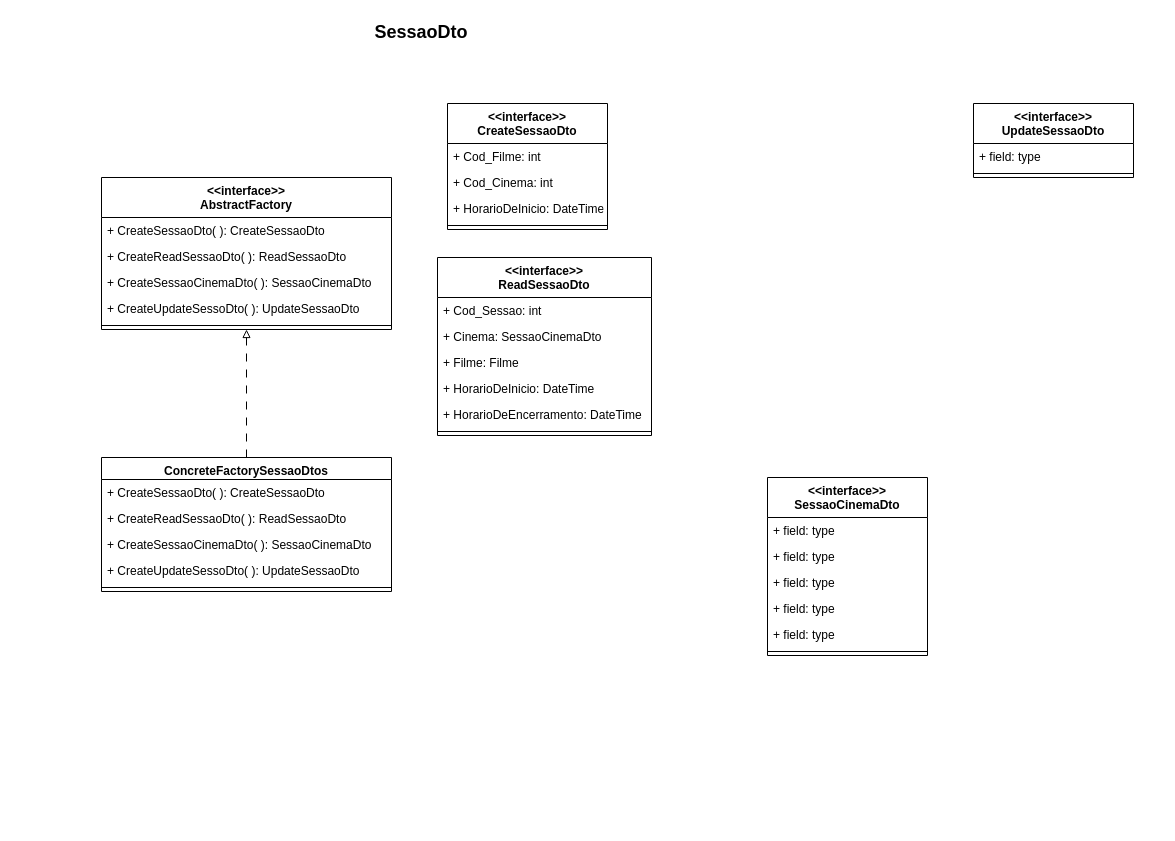
Before: FilmesAPI.data/AbstractFactory/UML/FilmesApiAbstractFactoryUML.drawio in jvieira562/api-de-filmes-usando-csharp-e-dapper, a draw.io diagram. Source tidied: cells renumbered, new cells numbered last; positions are measured from the earlier drawing's top-left corner, leaving out a move shared by most shapes. Both pictures are drawn from the tidied source at 100%, with x=0, y=0 at pixel (101, 17).
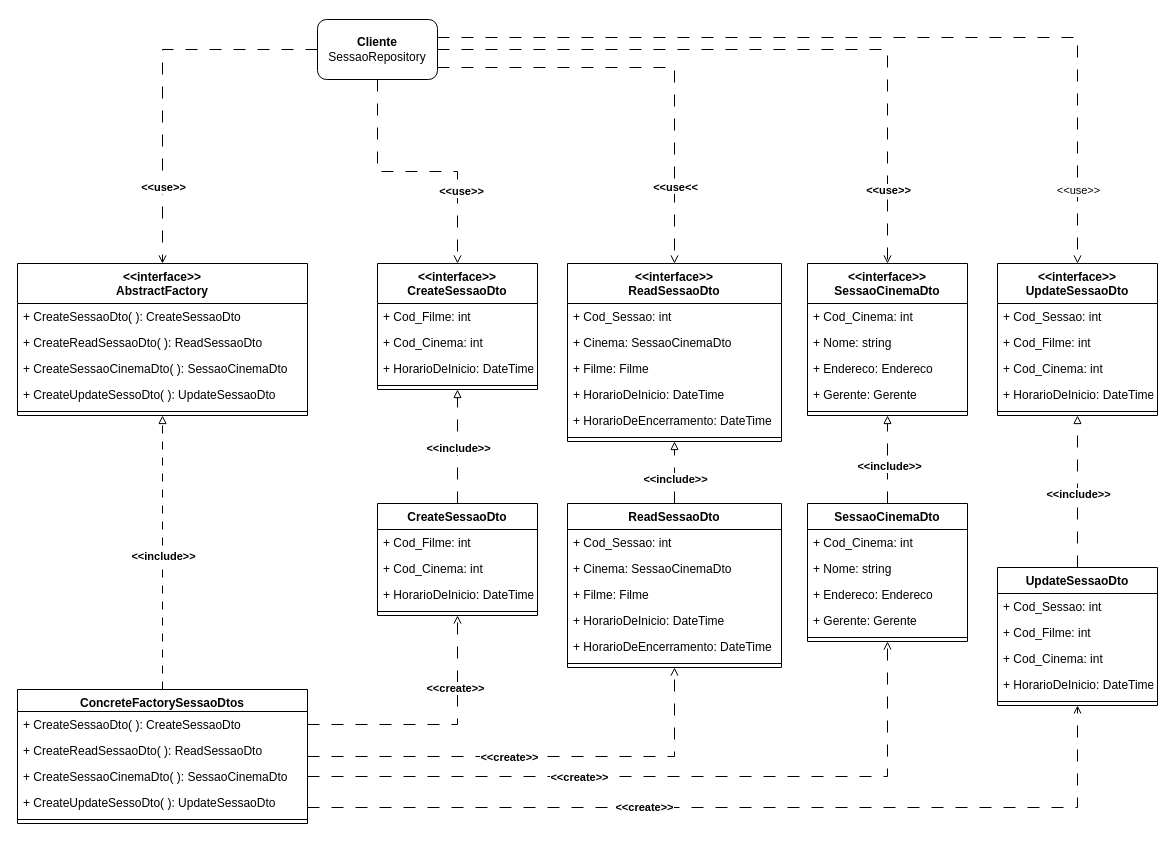
The same diagram, later.

Commit message (it also covers changes not shown here):
Finalizando UML do Abstract Factory para o criação dos Dtos da sessao.

The change refers to these unchanged cells:
```xml
<mxCell id="9" style="rounded=0;jettySize=auto;html=1;fontSize=18;endArrow=block;endFill=0;dashed=1;jumpStyle=none;dashPattern=8 8;entryX=0.5;entryY=1;entryDx=0;entryDy=0;" parent="1" edge="1" source="10" target="2">
  <mxGeometry relative="1" as="geometry" />
</mxCell>
<mxCell id="11" value="+ CreateSessaoDto( ): CreateSessaoDto" style="text;strokeColor=none;fillColor=none;align=left;verticalAlign=top;spacingLeft=4;spacingRight=4;overflow=hidden;points=[[0,0.5],[1,0.5]];portConstraint=eastwest;" parent="10" vertex="1">
  <mxGeometry y="22" width="290" height="26" as="geometry" />
</mxCell>
<mxCell id="13" value="+ CreateSessaoCinemaDto( ): SessaoCinemaDto" style="text;strokeColor=none;fillColor=none;align=left;verticalAlign=top;spacingLeft=4;spacingRight=4;overflow=hidden;points=[[0,0.5],[1,0.5]];portConstraint=eastwest;" parent="10" vertex="1">
  <mxGeometry y="74" width="290" height="26" as="geometry" />
</mxCell>
```

Change to the diagram source:
```diff
@@
     <mxCell id="2" value="&lt;&lt;interface&gt;&gt;&#10;AbstractFactory&#10;" style="swimlane;fontStyle=1;align=center;verticalAlign=top;horizontal=1;startSize=40;" parent="1" vertex="1">
-      <mxGeometry y="160" width="290" height="152" as="geometry" />
+      <mxGeometry x="-84" y="246" width="290" height="152" as="geometry" />
     </mxCell>
@@
-    <mxCell id="8" value="&lt;b&gt;&lt;font style=&quot;font-size: 18px;&quot;&gt;SessaoDto&lt;/font&gt;&lt;/b&gt;" style="text;html=1;strokeColor=none;fillColor=none;align=center;verticalAlign=middle;whiteSpace=wrap;rounded=0;" parent="1" vertex="1">
-      <mxGeometry x="290" width="60" height="30" as="geometry" />
-    </mxCell>
@@
+    <mxCell id="38" value="&lt;b&gt;&amp;lt;&amp;lt;include&amp;gt;&amp;gt;&lt;/b&gt;" style="edgeLabel;html=1;align=center;verticalAlign=middle;" parent="9" vertex="1">
+      <mxGeometry x="0.1" relative="1" as="geometry">
+        <mxPoint y="17" as="offset" />
+      </mxGeometry>
+    </mxCell>
+    <mxCell id="39" style="edgeStyle=orthogonalEdgeStyle;rounded=0;jettySize=auto;html=1;entryX=0.5;entryY=1;entryDx=0;entryDy=0;dashed=1;dashPattern=12 12;endArrow=open;endFill=0;" parent="1" edge="1" source="10" target="48">
+      <mxGeometry relative="1" as="geometry" />
+    </mxCell>
+    <mxCell id="40" value="&lt;b&gt;&amp;lt;&amp;lt;create&amp;gt;&amp;gt;&lt;/b&gt;" style="edgeLabel;html=1;align=center;verticalAlign=middle;" parent="39" vertex="1">
+      <mxGeometry x="-0.26" relative="1" as="geometry">
+        <mxPoint x="32" as="offset" />
+      </mxGeometry>
+    </mxCell>
+    <mxCell id="41" style="edgeStyle=orthogonalEdgeStyle;rounded=0;jettySize=auto;html=1;entryX=0.5;entryY=1;entryDx=0;entryDy=0;dashed=1;dashPattern=12 12;endArrow=open;endFill=0;" parent="1" edge="1" source="10" target="64">
+      <mxGeometry relative="1" as="geometry">
+        <Array as="points">
+          <mxPoint x="976" y="790" />
+        </Array>
+      </mxGeometry>
+    </mxCell>
+    <mxCell id="42" value="&lt;b&gt;&amp;lt;&amp;lt;create&amp;gt;&amp;gt;&lt;/b&gt;" style="edgeLabel;html=1;align=center;verticalAlign=middle;" parent="41" vertex="1">
+      <mxGeometry x="-0.23" y="1" relative="1" as="geometry" />
+    </mxCell>
     <mxCell id="10" value="ConcreteFactorySessaoDtos" style="swimlane;fontStyle=1;align=center;verticalAlign=top;horizontal=1;startSize=22;" parent="1" vertex="1">
-      <mxGeometry y="440" width="290" height="134" as="geometry" />
+      <mxGeometry x="-84" y="672" width="290" height="134" as="geometry" />
     </mxCell>
@@
     <mxCell id="16" value="&lt;&lt;interface&gt;&gt;&#10;ReadSessaoDto" style="swimlane;fontStyle=1;align=center;verticalAlign=top;horizontal=1;startSize=40;fontSize=12;" parent="1" vertex="1">
-      <mxGeometry x="336" y="240" width="214" height="178" as="geometry" />
+      <mxGeometry x="466" y="246" width="214" height="178" as="geometry" />
     </mxCell>
@@
     <mxCell id="23" value="&lt;&lt;interface&gt;&gt;&#10;CreateSessaoDto" style="swimlane;fontStyle=1;align=center;verticalAlign=top;horizontal=1;startSize=40;fontSize=12;" parent="1" vertex="1">
-      <mxGeometry x="346" y="86" width="160" height="126" as="geometry" />
+      <mxGeometry x="276" y="246" width="160" height="126" as="geometry" />
     </mxCell>
@@
     <mxCell id="28" value="&lt;&lt;interface&gt;&gt;&#10;UpdateSessaoDto" style="swimlane;fontStyle=1;align=center;verticalAlign=top;horizontal=1;startSize=40;fontSize=12;" parent="1" vertex="1">
-      <mxGeometry x="872" y="86" width="160" height="74" as="geometry" />
+      <mxGeometry x="896" y="246" width="160" height="152" as="geometry" />
     </mxCell>
-    <mxCell id="29" value="+ field: type" style="text;strokeColor=none;fillColor=none;align=left;verticalAlign=top;spacingLeft=4;spacingRight=4;overflow=hidden;fontSize=12;" parent="28" vertex="1">
+    <mxCell id="29" value="+ Cod_Sessao: int" style="text;strokeColor=none;fillColor=none;align=left;verticalAlign=top;spacingLeft=4;spacingRight=4;overflow=hidden;fontSize=12;" parent="28" vertex="1">
       <mxGeometry y="40" width="160" height="26" as="geometry" />
     </mxCell>
+    <mxCell id="43" value="+ Cod_Filme: int" style="text;strokeColor=none;fillColor=none;align=left;verticalAlign=top;spacingLeft=4;spacingRight=4;overflow=hidden;fontSize=12;" parent="28" vertex="1">
+      <mxGeometry y="66" width="160" height="26" as="geometry" />
+    </mxCell>
+    <mxCell id="44" value="+ Cod_Cinema: int" style="text;strokeColor=none;fillColor=none;align=left;verticalAlign=top;spacingLeft=4;spacingRight=4;overflow=hidden;fontSize=12;" parent="28" vertex="1">
+      <mxGeometry y="92" width="160" height="26" as="geometry" />
+    </mxCell>
+    <mxCell id="45" value="+ HorarioDeInicio: DateTime" style="text;strokeColor=none;fillColor=none;align=left;verticalAlign=top;spacingLeft=4;spacingRight=4;overflow=hidden;fontSize=12;" parent="28" vertex="1">
+      <mxGeometry y="118" width="160" height="26" as="geometry" />
+    </mxCell>
     <mxCell id="30" style="line;strokeWidth=1;fillColor=none;align=left;verticalAlign=middle;spacingTop=-1;spacingLeft=3;spacingRight=3;labelPosition=right;strokeColor=inherit;fontSize=12;" parent="28" vertex="1">
-      <mxGeometry y="66" width="160" height="8" as="geometry" />
+      <mxGeometry y="144" width="160" height="8" as="geometry" />
     </mxCell>
     <mxCell id="31" value="&lt;&lt;interface&gt;&gt;&#10;SessaoCinemaDto" style="swimlane;fontStyle=1;align=center;verticalAlign=top;horizontal=1;startSize=40;fontSize=12;" parent="1" vertex="1">
-      <mxGeometry x="666" y="460" width="160" height="178" as="geometry" />
+      <mxGeometry x="706" y="246" width="160" height="152" as="geometry" />
     </mxCell>
-    <mxCell id="32" value="+ field: type" style="text;strokeColor=none;fillColor=none;align=left;verticalAlign=top;spacingLeft=4;spacingRight=4;overflow=hidden;fontSize=12;" parent="31" vertex="1">
+    <mxCell id="32" value="+ Cod_Cinema: int   " style="text;strokeColor=none;fillColor=none;align=left;verticalAlign=top;spacingLeft=4;spacingRight=4;overflow=hidden;fontSize=12;" parent="31" vertex="1">
       <mxGeometry y="40" width="160" height="26" as="geometry" />
     </mxCell>
-    <mxCell id="33" value="+ field: type" style="text;strokeColor=none;fillColor=none;align=left;verticalAlign=top;spacingLeft=4;spacingRight=4;overflow=hidden;fontSize=12;" parent="31" vertex="1">
+    <mxCell id="33" value="+ Nome: string" style="text;strokeColor=none;fillColor=none;align=left;verticalAlign=top;spacingLeft=4;spacingRight=4;overflow=hidden;fontSize=12;" parent="31" vertex="1">
       <mxGeometry y="66" width="160" height="26" as="geometry" />
     </mxCell>
-    <mxCell id="34" value="+ field: type" style="text;strokeColor=none;fillColor=none;align=left;verticalAlign=top;spacingLeft=4;spacingRight=4;overflow=hidden;fontSize=12;" parent="31" vertex="1">
+    <mxCell id="34" value="+ Endereco: Endereco" style="text;strokeColor=none;fillColor=none;align=left;verticalAlign=top;spacingLeft=4;spacingRight=4;overflow=hidden;fontSize=12;" parent="31" vertex="1">
       <mxGeometry y="92" width="160" height="26" as="geometry" />
     </mxCell>
-    <mxCell id="35" value="+ field: type" style="text;strokeColor=none;fillColor=none;align=left;verticalAlign=top;spacingLeft=4;spacingRight=4;overflow=hidden;fontSize=12;" parent="31" vertex="1">
+    <mxCell id="35" value="+ Gerente: Gerente" style="text;strokeColor=none;fillColor=none;align=left;verticalAlign=top;spacingLeft=4;spacingRight=4;overflow=hidden;fontSize=12;" parent="31" vertex="1">
       <mxGeometry y="118" width="160" height="26" as="geometry" />
     </mxCell>
-    <mxCell id="36" value="+ field: type" style="text;strokeColor=none;fillColor=none;align=left;verticalAlign=top;spacingLeft=4;spacingRight=4;overflow=hidden;fontSize=12;" parent="31" vertex="1">
-      <mxGeometry y="144" width="160" height="26" as="geometry" />
-    </mxCell>
     <mxCell id="37" style="line;strokeWidth=1;fillColor=none;align=left;verticalAlign=middle;spacingTop=-1;spacingLeft=3;spacingRight=3;labelPosition=right;strokeColor=inherit;fontSize=12;" parent="31" vertex="1">
-      <mxGeometry y="170" width="160" height="8" as="geometry" />
+      <mxGeometry y="144" width="160" height="8" as="geometry" />
     </mxCell>
+    <mxCell id="46" style="edgeStyle=none;rounded=0;jettySize=auto;html=1;entryX=0.5;entryY=1;entryDx=0;entryDy=0;dashed=1;dashPattern=12 12;endArrow=block;endFill=0;" parent="1" edge="1" source="48" target="16">
+      <mxGeometry relative="1" as="geometry" />
+    </mxCell>
+    <mxCell id="47" value="&lt;b&gt;&amp;lt;&amp;lt;include&amp;gt;&amp;gt;&lt;/b&gt;" style="edgeLabel;html=1;align=center;verticalAlign=middle;" parent="46" vertex="1">
+      <mxGeometry x="0.17" y="1" relative="1" as="geometry">
+        <mxPoint x="1" y="11" as="offset" />
+      </mxGeometry>
+    </mxCell>
+    <mxCell id="48" value="ReadSessaoDto" style="swimlane;fontStyle=1;align=center;verticalAlign=top;horizontal=1;startSize=26;fontSize=12;" parent="1" vertex="1">
+      <mxGeometry x="466" y="486" width="214" height="164" as="geometry" />
+    </mxCell>
+    <mxCell id="49" value="+ Cod_Sessao: int" style="text;strokeColor=none;fillColor=none;align=left;verticalAlign=top;spacingLeft=4;spacingRight=4;overflow=hidden;fontSize=12;" parent="48" vertex="1">
+      <mxGeometry y="26" width="214" height="26" as="geometry" />
+    </mxCell>
+    <mxCell id="50" value="+ Cinema: SessaoCinemaDto" style="text;strokeColor=none;fillColor=none;align=left;verticalAlign=top;spacingLeft=4;spacingRight=4;overflow=hidden;fontSize=12;" parent="48" vertex="1">
+      <mxGeometry y="52" width="214" height="26" as="geometry" />
+    </mxCell>
+    <mxCell id="51" value="+ Filme: Filme" style="text;strokeColor=none;fillColor=none;align=left;verticalAlign=top;spacingLeft=4;spacingRight=4;overflow=hidden;fontSize=12;" parent="48" vertex="1">
+      <mxGeometry y="78" width="214" height="26" as="geometry" />
+    </mxCell>
+    <mxCell id="52" value="+ HorarioDeInicio: DateTime" style="text;strokeColor=none;fillColor=none;align=left;verticalAlign=top;spacingLeft=4;spacingRight=4;overflow=hidden;fontSize=12;" parent="48" vertex="1">
+      <mxGeometry y="104" width="214" height="26" as="geometry" />
+    </mxCell>
+    <mxCell id="53" value="+ HorarioDeEncerramento: DateTime" style="text;strokeColor=none;fillColor=none;align=left;verticalAlign=top;spacingLeft=4;spacingRight=4;overflow=hidden;fontSize=12;" parent="48" vertex="1">
+      <mxGeometry y="130" width="214" height="26" as="geometry" />
+    </mxCell>
+    <mxCell id="54" style="line;strokeWidth=1;fillColor=none;align=left;verticalAlign=middle;spacingTop=-1;spacingLeft=3;spacingRight=3;labelPosition=right;strokeColor=inherit;fontSize=12;" parent="48" vertex="1">
+      <mxGeometry y="156" width="214" height="8" as="geometry" />
+    </mxCell>
+    <mxCell id="55" style="rounded=0;jettySize=auto;html=1;entryX=0.5;entryY=1;entryDx=0;entryDy=0;dashed=1;dashPattern=12 12;endArrow=block;endFill=0;" parent="1" edge="1" source="57" target="23">
+      <mxGeometry relative="1" as="geometry" />
+    </mxCell>
+    <mxCell id="56" value="&lt;b&gt;&amp;lt;&amp;lt;include&amp;gt;&amp;gt;&lt;/b&gt;" style="edgeLabel;html=1;align=center;verticalAlign=middle;" parent="55" vertex="1">
+      <mxGeometry x="0.17" relative="1" as="geometry">
+        <mxPoint y="11" as="offset" />
+      </mxGeometry>
+    </mxCell>
+    <mxCell id="57" value="CreateSessaoDto" style="swimlane;fontStyle=1;align=center;verticalAlign=top;horizontal=1;startSize=26;fontSize=12;" parent="1" vertex="1">
+      <mxGeometry x="276" y="486" width="160" height="112" as="geometry" />
+    </mxCell>
+    <mxCell id="58" value="+ Cod_Filme: int" style="text;strokeColor=none;fillColor=none;align=left;verticalAlign=top;spacingLeft=4;spacingRight=4;overflow=hidden;fontSize=12;" parent="57" vertex="1">
+      <mxGeometry y="26" width="160" height="26" as="geometry" />
+    </mxCell>
+    <mxCell id="59" value="+ Cod_Cinema: int" style="text;strokeColor=none;fillColor=none;align=left;verticalAlign=top;spacingLeft=4;spacingRight=4;overflow=hidden;fontSize=12;" parent="57" vertex="1">
+      <mxGeometry y="52" width="160" height="26" as="geometry" />
+    </mxCell>
+    <mxCell id="60" value="+ HorarioDeInicio: DateTime" style="text;strokeColor=none;fillColor=none;align=left;verticalAlign=top;spacingLeft=4;spacingRight=4;overflow=hidden;fontSize=12;" parent="57" vertex="1">
+      <mxGeometry y="78" width="160" height="26" as="geometry" />
+    </mxCell>
+    <mxCell id="61" style="line;strokeWidth=1;fillColor=none;align=left;verticalAlign=middle;spacingTop=-1;spacingLeft=3;spacingRight=3;labelPosition=right;strokeColor=inherit;fontSize=12;" parent="57" vertex="1">
+      <mxGeometry y="104" width="160" height="8" as="geometry" />
+    </mxCell>
+    <mxCell id="62" style="edgeStyle=none;rounded=0;jettySize=auto;html=1;entryX=0.5;entryY=1;entryDx=0;entryDy=0;dashed=1;dashPattern=12 12;endArrow=block;endFill=0;" parent="1" edge="1" source="64" target="28">
+      <mxGeometry relative="1" as="geometry" />
+    </mxCell>
+    <mxCell id="63" value="&lt;b&gt;&amp;lt;&amp;lt;include&amp;gt;&amp;gt;&lt;/b&gt;" style="edgeLabel;html=1;align=center;verticalAlign=middle;" parent="62" vertex="1">
+      <mxGeometry x="0.28" y="-1" relative="1" as="geometry">
+        <mxPoint x="-1" y="23" as="offset" />
+      </mxGeometry>
+    </mxCell>
+    <mxCell id="64" value="UpdateSessaoDto" style="swimlane;fontStyle=1;align=center;verticalAlign=top;horizontal=1;startSize=26;fontSize=12;" parent="1" vertex="1">
+      <mxGeometry x="896" y="550" width="160" height="138" as="geometry" />
+    </mxCell>
+    <mxCell id="65" value="+ Cod_Sessao: int" style="text;strokeColor=none;fillColor=none;align=left;verticalAlign=top;spacingLeft=4;spacingRight=4;overflow=hidden;fontSize=12;" parent="64" vertex="1">
+      <mxGeometry y="26" width="160" height="26" as="geometry" />
+    </mxCell>
+    <mxCell id="66" value="+ Cod_Filme: int" style="text;strokeColor=none;fillColor=none;align=left;verticalAlign=top;spacingLeft=4;spacingRight=4;overflow=hidden;fontSize=12;" parent="64" vertex="1">
+      <mxGeometry y="52" width="160" height="26" as="geometry" />
+    </mxCell>
+    <mxCell id="67" value="+ Cod_Cinema: int" style="text;strokeColor=none;fillColor=none;align=left;verticalAlign=top;spacingLeft=4;spacingRight=4;overflow=hidden;fontSize=12;" parent="64" vertex="1">
+      <mxGeometry y="78" width="160" height="26" as="geometry" />
+    </mxCell>
+    <mxCell id="68" value="+ HorarioDeInicio: DateTime" style="text;strokeColor=none;fillColor=none;align=left;verticalAlign=top;spacingLeft=4;spacingRight=4;overflow=hidden;fontSize=12;" parent="64" vertex="1">
+      <mxGeometry y="104" width="160" height="26" as="geometry" />
+    </mxCell>
+    <mxCell id="69" style="line;strokeWidth=1;fillColor=none;align=left;verticalAlign=middle;spacingTop=-1;spacingLeft=3;spacingRight=3;labelPosition=right;strokeColor=inherit;fontSize=12;" parent="64" vertex="1">
+      <mxGeometry y="130" width="160" height="8" as="geometry" />
+    </mxCell>
+    <mxCell id="70" style="edgeStyle=none;rounded=0;jettySize=auto;html=1;entryX=0.5;entryY=1;entryDx=0;entryDy=0;dashed=1;dashPattern=12 12;endArrow=block;endFill=0;" parent="1" edge="1" source="72" target="31">
+      <mxGeometry relative="1" as="geometry" />
+    </mxCell>
+    <mxCell id="71" value="&lt;b&gt;&amp;lt;&amp;lt;include&amp;gt;&amp;gt;&lt;/b&gt;" style="edgeLabel;html=1;align=center;verticalAlign=middle;" parent="70" vertex="1">
+      <mxGeometry x="-0.14" y="-1" relative="1" as="geometry" />
+    </mxCell>
+    <mxCell id="72" value="SessaoCinemaDto" style="swimlane;fontStyle=1;align=center;verticalAlign=top;horizontal=1;startSize=26;fontSize=12;" parent="1" vertex="1">
+      <mxGeometry x="706" y="486" width="160" height="138" as="geometry" />
+    </mxCell>
+    <mxCell id="73" value="+ Cod_Cinema: int   " style="text;strokeColor=none;fillColor=none;align=left;verticalAlign=top;spacingLeft=4;spacingRight=4;overflow=hidden;fontSize=12;" parent="72" vertex="1">
+      <mxGeometry y="26" width="160" height="26" as="geometry" />
+    </mxCell>
+    <mxCell id="74" value="+ Nome: string" style="text;strokeColor=none;fillColor=none;align=left;verticalAlign=top;spacingLeft=4;spacingRight=4;overflow=hidden;fontSize=12;" parent="72" vertex="1">
+      <mxGeometry y="52" width="160" height="26" as="geometry" />
+    </mxCell>
+    <mxCell id="75" value="+ Endereco: Endereco" style="text;strokeColor=none;fillColor=none;align=left;verticalAlign=top;spacingLeft=4;spacingRight=4;overflow=hidden;fontSize=12;" parent="72" vertex="1">
+      <mxGeometry y="78" width="160" height="26" as="geometry" />
+    </mxCell>
+    <mxCell id="76" value="+ Gerente: Gerente" style="text;strokeColor=none;fillColor=none;align=left;verticalAlign=top;spacingLeft=4;spacingRight=4;overflow=hidden;fontSize=12;" parent="72" vertex="1">
+      <mxGeometry y="104" width="160" height="26" as="geometry" />
+    </mxCell>
+    <mxCell id="77" style="line;strokeWidth=1;fillColor=none;align=left;verticalAlign=middle;spacingTop=-1;spacingLeft=3;spacingRight=3;labelPosition=right;strokeColor=inherit;fontSize=12;" parent="72" vertex="1">
+      <mxGeometry y="130" width="160" height="8" as="geometry" />
+    </mxCell>
+    <mxCell id="78" style="edgeStyle=orthogonalEdgeStyle;rounded=0;jettySize=auto;html=1;entryX=0.5;entryY=0;entryDx=0;entryDy=0;dashed=1;dashPattern=12 12;endArrow=open;endFill=0;" parent="1" edge="1" source="88" target="31">
+      <mxGeometry relative="1" as="geometry" />
+    </mxCell>
+    <mxCell id="79" value="&lt;b&gt;&amp;lt;&amp;lt;use&amp;gt;&amp;gt;&lt;/b&gt;" style="edgeLabel;html=1;align=center;verticalAlign=middle;" parent="78" vertex="1">
+      <mxGeometry x="0.81" y="1" relative="1" as="geometry">
+        <mxPoint x="-1" y="-11" as="offset" />
+      </mxGeometry>
+    </mxCell>
+    <mxCell id="80" style="edgeStyle=orthogonalEdgeStyle;rounded=0;jettySize=auto;html=1;entryX=0.5;entryY=0;entryDx=0;entryDy=0;dashed=1;dashPattern=12 12;endArrow=open;endFill=0;" parent="1" edge="1" source="88" target="2">
+      <mxGeometry relative="1" as="geometry" />
+    </mxCell>
+    <mxCell id="81" value="&lt;b&gt;&amp;lt;&amp;lt;use&amp;gt;&amp;gt;&lt;/b&gt;" style="edgeLabel;html=1;align=center;verticalAlign=middle;" parent="80" vertex="1">
+      <mxGeometry x="0.52" y="-2" relative="1" as="geometry">
+        <mxPoint x="2" y="12" as="offset" />
+      </mxGeometry>
+    </mxCell>
+    <mxCell id="82" style="edgeStyle=orthogonalEdgeStyle;rounded=0;jettySize=auto;html=1;entryX=0.5;entryY=0;entryDx=0;entryDy=0;dashed=1;dashPattern=12 12;endArrow=open;endFill=0;" parent="1" edge="1" source="88" target="23">
+      <mxGeometry relative="1" as="geometry" />
+    </mxCell>
+    <mxCell id="83" value="&lt;b&gt;&amp;lt;&amp;lt;use&amp;gt;&amp;gt;&lt;/b&gt;" style="edgeLabel;html=1;align=center;verticalAlign=middle;" parent="82" vertex="1">
+      <mxGeometry x="0.45" y="3" relative="1" as="geometry" />
+    </mxCell>
+    <mxCell id="84" style="edgeStyle=orthogonalEdgeStyle;rounded=0;jettySize=auto;html=1;entryX=0.5;entryY=0;entryDx=0;entryDy=0;dashed=1;dashPattern=12 12;endArrow=open;endFill=0;" parent="1" edge="1" source="88" target="16">
+      <mxGeometry relative="1" as="geometry">
+        <Array as="points">
+          <mxPoint x="573" y="50" />
+        </Array>
+      </mxGeometry>
+    </mxCell>
+    <mxCell id="85" value="&lt;b&gt;&amp;lt;&amp;lt;use&amp;lt;&amp;lt;&lt;/b&gt;" style="edgeLabel;html=1;align=center;verticalAlign=middle;" parent="84" vertex="1">
+      <mxGeometry x="0.61" y="-1" relative="1" as="geometry">
+        <mxPoint x="1" y="7" as="offset" />
+      </mxGeometry>
+    </mxCell>
+    <mxCell id="86" style="edgeStyle=orthogonalEdgeStyle;rounded=0;jettySize=auto;html=1;entryX=0.5;entryY=0;entryDx=0;entryDy=0;dashed=1;dashPattern=12 12;endArrow=open;endFill=0;" parent="1" edge="1" source="88" target="28">
+      <mxGeometry relative="1" as="geometry">
+        <Array as="points">
+          <mxPoint x="976" y="20" />
+        </Array>
+      </mxGeometry>
+    </mxCell>
+    <mxCell id="87" value="&amp;lt;&amp;lt;use&amp;gt;&amp;gt;" style="edgeLabel;html=1;align=center;verticalAlign=middle;" parent="86" vertex="1">
+      <mxGeometry x="0.84" relative="1" as="geometry">
+        <mxPoint y="-5" as="offset" />
+      </mxGeometry>
+    </mxCell>
+    <mxCell id="88" value="&lt;b&gt;Cliente&lt;/b&gt;&lt;br&gt;SessaoRepository" style="rounded=1;whiteSpace=wrap;html=1;" parent="1" vertex="1">
+      <mxGeometry x="216" y="2" width="120" height="60" as="geometry" />
+    </mxCell>
+    <mxCell id="89" style="edgeStyle=orthogonalEdgeStyle;rounded=0;jettySize=auto;html=1;entryX=0.5;entryY=1;entryDx=0;entryDy=0;dashed=1;dashPattern=12 12;endArrow=open;endFill=0;" parent="1" edge="1" source="11" target="57">
+      <mxGeometry relative="1" as="geometry" />
+    </mxCell>
+    <mxCell id="90" value="&lt;b&gt;&amp;lt;&amp;lt;create&amp;gt;&amp;gt;&lt;/b&gt;" style="edgeLabel;html=1;align=center;verticalAlign=middle;" parent="89" vertex="1">
+      <mxGeometry x="0.45" y="3" relative="1" as="geometry">
+        <mxPoint y="1" as="offset" />
+      </mxGeometry>
+    </mxCell>
+    <mxCell id="91" style="edgeStyle=orthogonalEdgeStyle;rounded=0;jettySize=auto;html=1;entryX=0.5;entryY=1;entryDx=0;entryDy=0;dashed=1;dashPattern=12 12;endArrow=open;endFill=0;" parent="1" edge="1" source="13" target="72">
+      <mxGeometry relative="1" as="geometry" />
+    </mxCell>
+    <mxCell id="92" value="&lt;b&gt;&amp;lt;&amp;lt;create&amp;gt;&amp;gt;&lt;/b&gt;" style="edgeLabel;html=1;align=center;verticalAlign=middle;" parent="91" vertex="1">
+      <mxGeometry x="0.1" y="-2" relative="1" as="geometry">
+        <mxPoint x="-122" y="-2" as="offset" />
+      </mxGeometry>
+    </mxCell>
```
